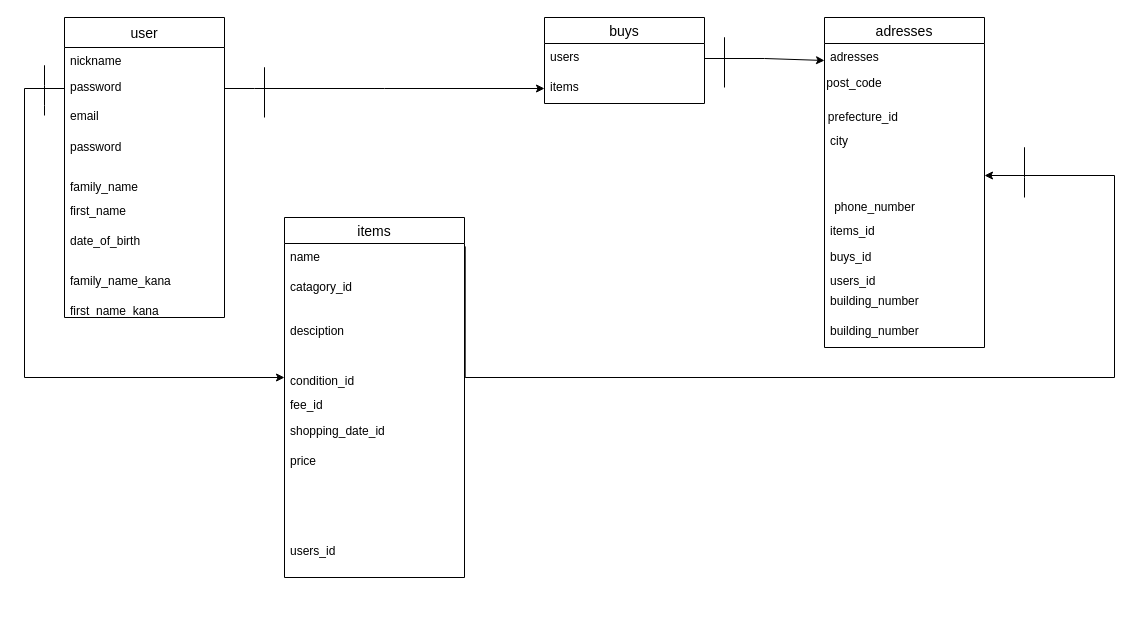
Above: app/furima.dio in KINGKim2019/furima-29585 (draw.io), before the change. Source tidied: cells renumbered, new cells numbered last; positions are measured from the earlier drawing's top-left corner, leaving out a move shared by most shapes. Both pictures are drawn from the tidied source at 100%, with x=0, y=0 at pixel (24, 17).
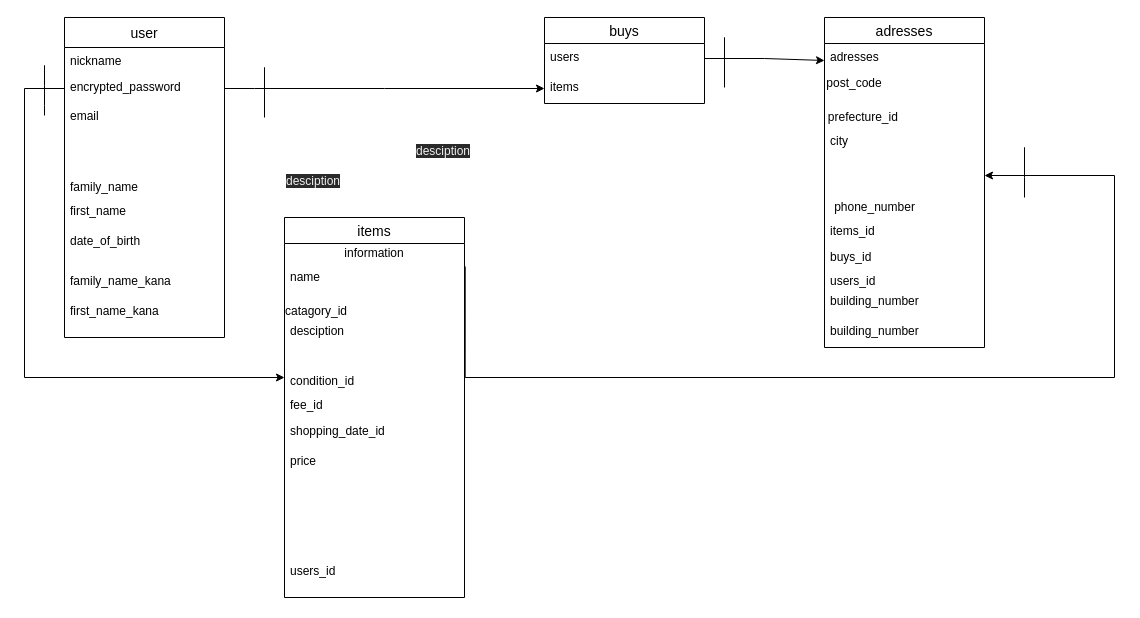
The same diagram, later.

Diff of the diagram source:
```diff
@@
     <mxCell id="5" value="items" style="swimlane;fontStyle=0;horizontal=1;startSize=26;align=center;fontSize=14;" parent="1" vertex="1">
-      <mxGeometry x="260" y="200" width="180" height="360" as="geometry" />
+      <mxGeometry x="260" y="200" width="180" height="380" as="geometry" />
     </mxCell>
+    <mxCell id="43" value="information" style="text;html=1;strokeColor=none;fillColor=none;align=center;verticalAlign=middle;whiteSpace=wrap;rounded=0;" parent="5" vertex="1">
+      <mxGeometry y="26" width="180" height="20" as="geometry" />
+    </mxCell>
     <mxCell id="6" value="name" style="text;strokeColor=none;fillColor=none;spacingLeft=4;spacingRight=4;overflow=hidden;points=[[0,0.5],[1,0.5]];portConstraint=eastwest;fontSize=12;" parent="5" vertex="1">
-      <mxGeometry y="26" width="180" height="294" as="geometry" />
+      <mxGeometry y="46" width="180" height="294" as="geometry" />
     </mxCell>
     <mxCell id="7" value="users_id" style="text;strokeColor=none;fillColor=none;spacingLeft=4;spacingRight=4;overflow=hidden;fontSize=12;" parent="5" vertex="1">
-      <mxGeometry y="320" width="180" height="40" as="geometry" />
+      <mxGeometry y="340" width="180" height="40" as="geometry" />
     </mxCell>
@@
-    <mxCell id="24" value="password" style="text;strokeColor=none;fillColor=none;spacingLeft=4;spacingRight=4;overflow=hidden;fontSize=12;" parent="1" vertex="1">
-      <mxGeometry x="40" y="116" width="160" height="34" as="geometry" />
-    </mxCell>
@@
     <mxCell id="27" value="user" style="swimlane;fontStyle=0;horizontal=1;startSize=30;align=center;fontSize=14;" parent="1" vertex="1">
-      <mxGeometry x="40" width="160" height="300" as="geometry" />
+      <mxGeometry x="40" width="160" height="320" as="geometry" />
     </mxCell>
     <mxCell id="28" value="nickname" style="text;strokeColor=none;fillColor=none;spacingLeft=4;spacingRight=4;overflow=hidden;fontSize=12;" parent="27" vertex="1">
-      <mxGeometry y="30" width="160" height="270" as="geometry" />
+      <mxGeometry y="30" width="160" height="290" as="geometry" />
     </mxCell>
-    <mxCell id="29" value="password" style="text;strokeColor=none;fillColor=none;spacingLeft=4;spacingRight=4;overflow=hidden;fontSize=12;" parent="1" vertex="1">
+    <mxCell id="29" value="encrypted_password " style="text;strokeColor=none;fillColor=none;spacingLeft=4;spacingRight=4;overflow=hidden;fontSize=12;" parent="1" vertex="1">
       <mxGeometry x="40" y="56" width="120" height="24" as="geometry" />
     </mxCell>
@@
     <mxCell id="39" value="catagory_id&#10;" style="text;strokeColor=none;fillColor=none;spacingLeft=4;spacingRight=4;overflow=hidden;fontSize=12;" parent="1" vertex="1">
-      <mxGeometry x="260" y="256" width="180" height="190" as="geometry" />
+      <mxGeometry x="255" y="280" width="180" height="190" as="geometry" />
     </mxCell>
@@
+    <mxCell id="44" value="&lt;span style=&quot;color: rgb(240, 240, 240); font-family: helvetica; font-size: 12px; font-style: normal; font-weight: 400; letter-spacing: normal; text-align: left; text-indent: 0px; text-transform: none; word-spacing: 0px; background-color: rgb(42, 42, 42); display: inline; float: none;&quot;&gt;desciption&lt;/span&gt;" style="text;whiteSpace=wrap;html=1;" parent="1" vertex="1">
+      <mxGeometry x="260" y="150" width="80" height="30" as="geometry" />
+    </mxCell>
+    <mxCell id="45" value="&lt;span style=&quot;color: rgb(240, 240, 240); font-family: helvetica; font-size: 12px; font-style: normal; font-weight: 400; letter-spacing: normal; text-align: left; text-indent: 0px; text-transform: none; word-spacing: 0px; background-color: rgb(42, 42, 42); display: inline; float: none;&quot;&gt;desciption&lt;/span&gt;" style="text;whiteSpace=wrap;html=1;" parent="1" vertex="1">
+      <mxGeometry x="390" y="120" width="80" height="30" as="geometry" />
+    </mxCell>
```
